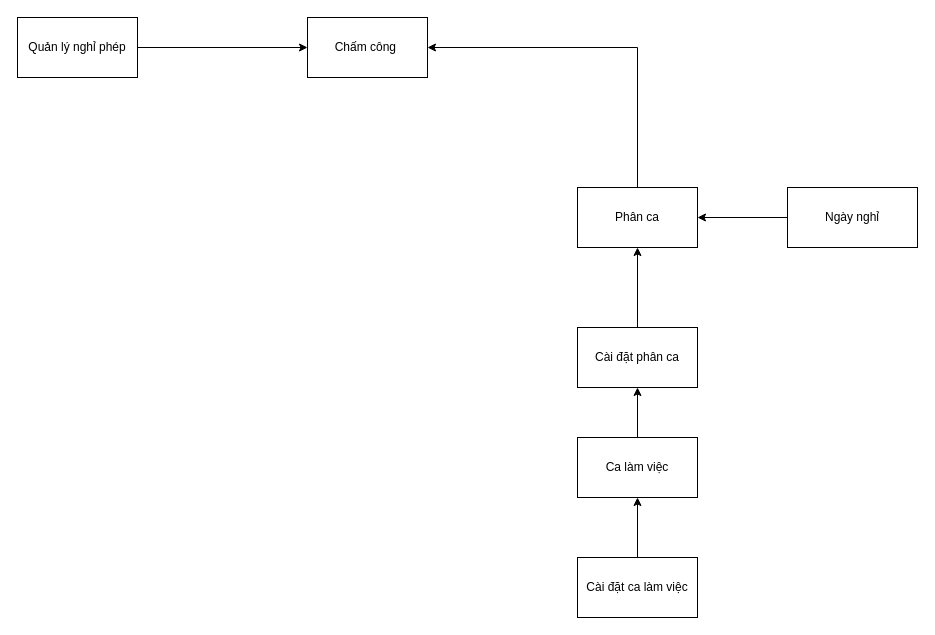
Earlier version of the draw.io diagram Untitled Diagram.drawio (b0bby0ne/business-analyst). Source tidied: cells renumbered, new cells numbered last; positions are measured from the earlier drawing's top-left corner, leaving out a move shared by most shapes. Both pictures are drawn from the tidied source at 100%, with x=0, y=0 at pixel (17, 17).
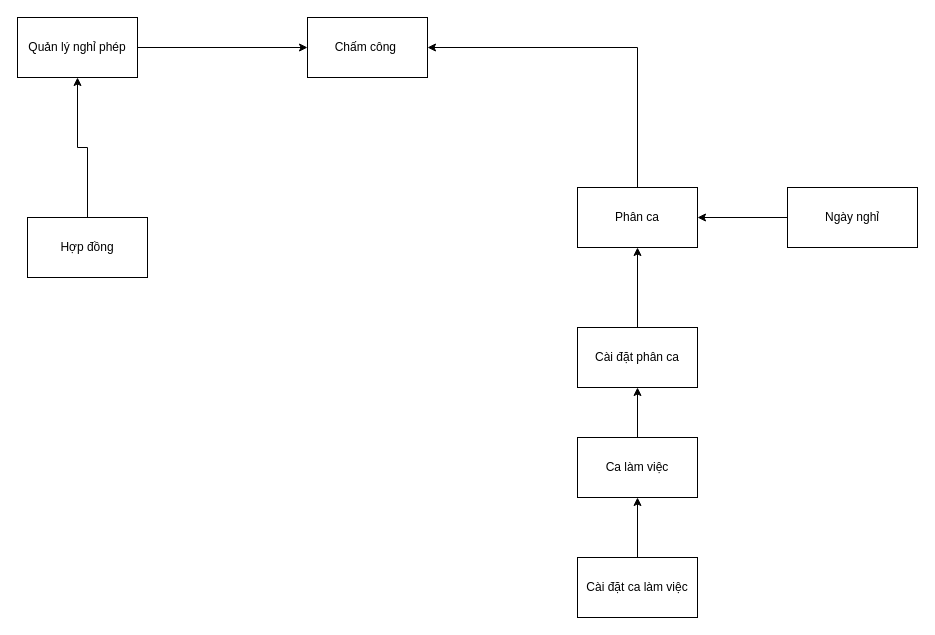
The same diagram, later.

What changed in the source:
```diff
@@
 <mxGraphModel>
   <root>
     <mxCell id="0" />
     <mxCell id="1" parent="0" />
     <mxCell id="2" value="Chấm công&amp;nbsp;" style="rounded=0;whiteSpace=wrap;html=1;" parent="1" vertex="1">
       <mxGeometry x="290" width="120" height="60" as="geometry" />
     </mxCell>
     <mxCell id="3" style="edgeStyle=orthogonalEdgeStyle;rounded=0;jettySize=auto;html=1;exitX=0;exitY=0.5;exitDx=0;exitDy=0;entryX=1;entryY=0.5;entryDx=0;entryDy=0;" parent="1" edge="1" source="4" target="6">
       <mxGeometry relative="1" as="geometry" />
     </mxCell>
     <mxCell id="4" value="Ngày nghỉ" style="rounded=0;whiteSpace=wrap;html=1;" parent="1" vertex="1">
       <mxGeometry x="770" y="170" width="130" height="60" as="geometry" />
     </mxCell>
     <mxCell id="5" style="edgeStyle=orthogonalEdgeStyle;rounded=0;jettySize=auto;html=1;exitX=0.5;exitY=0;exitDx=0;exitDy=0;entryX=1;entryY=0.5;entryDx=0;entryDy=0;" parent="1" edge="1" source="6" target="2">
       <mxGeometry relative="1" as="geometry" />
     </mxCell>
     <mxCell id="6" value="Phân ca" style="rounded=0;whiteSpace=wrap;html=1;" parent="1" vertex="1">
       <mxGeometry x="560" y="170" width="120" height="60" as="geometry" />
     </mxCell>
     <mxCell id="7" style="edgeStyle=orthogonalEdgeStyle;rounded=0;jettySize=auto;html=1;exitX=0.5;exitY=0;exitDx=0;exitDy=0;entryX=0.5;entryY=1;entryDx=0;entryDy=0;" parent="1" edge="1" source="8" target="12">
       <mxGeometry relative="1" as="geometry" />
     </mxCell>
     <mxCell id="8" value="Ca làm việc" style="rounded=0;whiteSpace=wrap;html=1;" parent="1" vertex="1">
       <mxGeometry x="560" y="420" width="120" height="60" as="geometry" />
     </mxCell>
     <mxCell id="9" style="edgeStyle=orthogonalEdgeStyle;rounded=0;jettySize=auto;html=1;exitX=0.5;exitY=0;exitDx=0;exitDy=0;entryX=0.5;entryY=1;entryDx=0;entryDy=0;" parent="1" edge="1" source="10" target="8">
       <mxGeometry relative="1" as="geometry" />
     </mxCell>
     <mxCell id="10" value="Cài đặt ca làm việc&lt;br&gt;" style="rounded=0;whiteSpace=wrap;html=1;" parent="1" vertex="1">
       <mxGeometry x="560" y="540" width="120" height="60" as="geometry" />
     </mxCell>
     <mxCell id="11" style="edgeStyle=orthogonalEdgeStyle;rounded=0;jettySize=auto;html=1;exitX=0.5;exitY=0;exitDx=0;exitDy=0;entryX=0.5;entryY=1;entryDx=0;entryDy=0;" parent="1" edge="1" source="12" target="6">
       <mxGeometry relative="1" as="geometry" />
     </mxCell>
     <mxCell id="12" value="Cài đặt phân ca" style="rounded=0;whiteSpace=wrap;html=1;" parent="1" vertex="1">
       <mxGeometry x="560" y="310" width="120" height="60" as="geometry" />
     </mxCell>
     <mxCell id="13" style="edgeStyle=orthogonalEdgeStyle;rounded=0;jettySize=auto;html=1;exitX=1;exitY=0.5;exitDx=0;exitDy=0;entryX=0;entryY=0.5;entryDx=0;entryDy=0;" parent="1" edge="1" source="14" target="2">
       <mxGeometry relative="1" as="geometry" />
     </mxCell>
     <mxCell id="14" value="Quản lý nghỉ phép" style="rounded=0;whiteSpace=wrap;html=1;" parent="1" vertex="1">
       <mxGeometry width="120" height="60" as="geometry" />
     </mxCell>
+    <mxCell id="15" style="edgeStyle=orthogonalEdgeStyle;rounded=0;jettySize=auto;html=1;exitX=0.5;exitY=0;exitDx=0;exitDy=0;entryX=0.5;entryY=1;entryDx=0;entryDy=0;" parent="1" edge="1" source="16" target="14">
+      <mxGeometry relative="1" as="geometry" />
+    </mxCell>
+    <mxCell id="16" value="Hợp đồng" style="rounded=0;whiteSpace=wrap;html=1;" parent="1" vertex="1">
+      <mxGeometry x="10" y="200" width="120" height="60" as="geometry" />
+    </mxCell>
   </root>
 </mxGraphModel>
```
